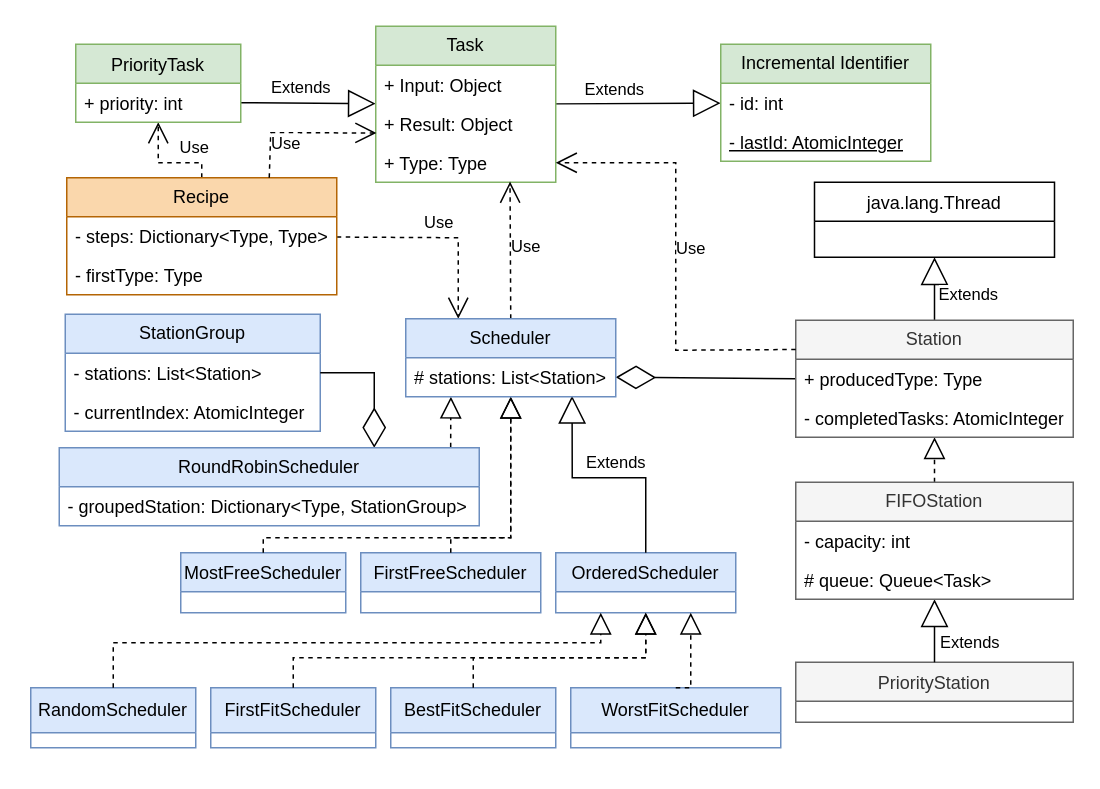
Earlier version of the draw.io diagram page "General class diagram" (1 of 2) of assets/class-diagram.drawio (Richie314/McDonaldScheduler). Source tidied: cells renumbered, new cells numbered last; positions are measured from the earlier drawing's top-left corner, leaving out a move shared by most shapes. Both pictures are drawn from the tidied source at 150%, with x=0, y=0 at pixel (30, 26).
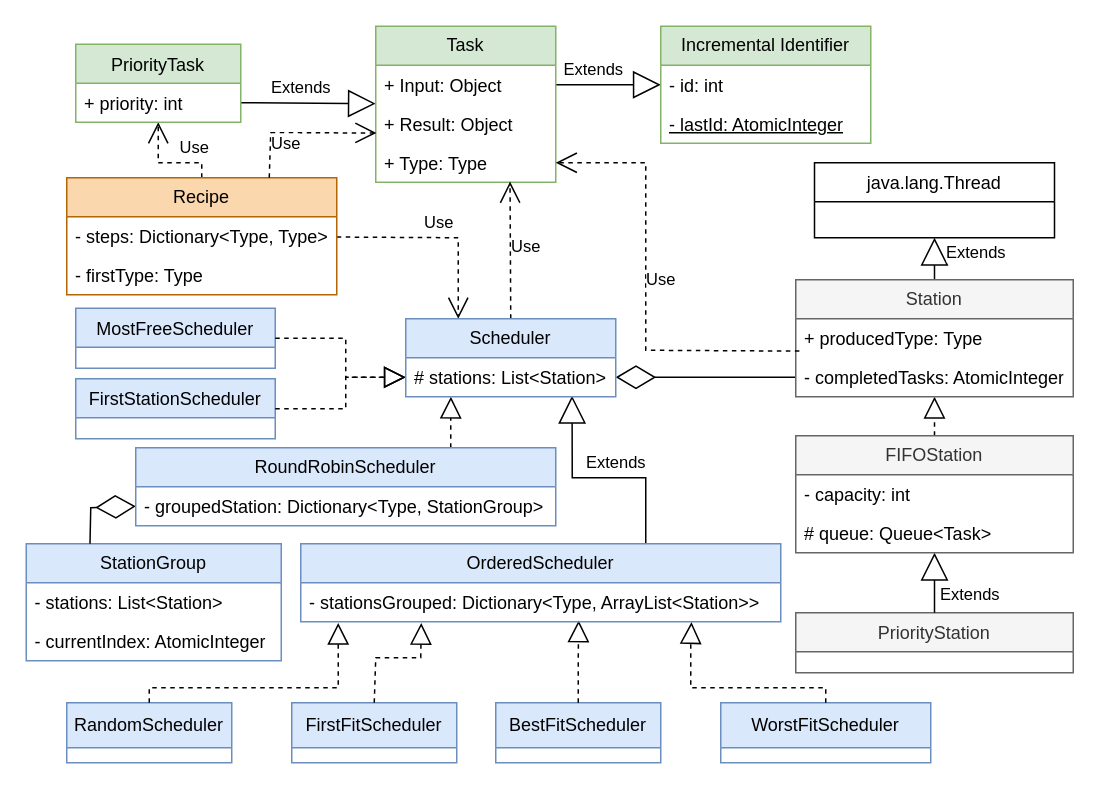
After the change.

Unchanged cells that the change refers to:
```xml
<mxCell id="21" value="- stations: List&amp;lt;Station&amp;gt;" style="text;strokeColor=none;fillColor=none;align=left;verticalAlign=top;spacingLeft=4;spacingRight=4;overflow=hidden;points=[[0,0.5],[1,0.5]];portConstraint=eastwest;whiteSpace=wrap;html=1;" parent="20" vertex="1">
  <mxGeometry y="26" width="170" height="26" as="geometry" />
</mxCell>
<mxCell id="32" value="- id: int" style="text;strokeColor=none;fillColor=none;align=left;verticalAlign=top;spacingLeft=4;spacingRight=4;overflow=hidden;points=[[0,0.5],[1,0.5]];portConstraint=eastwest;whiteSpace=wrap;html=1;" parent="31" vertex="1">
  <mxGeometry y="26" width="140" height="26" as="geometry" />
</mxCell>
<mxCell id="36" value="Task" style="swimlane;fontStyle=0;horizontal=1;startSize=26;fillColor=#d5e8d4;whiteSpace=wrap;html=1;strokeColor=#82b366;fillStyle=auto;fontColor=light-dark(#000000,#000000);" parent="1" vertex="1">
  <mxGeometry x="230" width="120" height="104" as="geometry" />
</mxCell>
<mxCell id="37" value="+ Input: Object&lt;span style=&quot;white-space: pre;&quot;&gt;&#9;&lt;/span&gt;" style="text;strokeColor=none;fillColor=none;align=left;verticalAlign=top;spacingLeft=4;spacingRight=4;overflow=hidden;points=[[0,0.5],[1,0.5]];portConstraint=eastwest;whiteSpace=wrap;html=1;" parent="36" vertex="1">
  <mxGeometry y="26" width="120" height="26" as="geometry" />
</mxCell>
<mxCell id="39" value="+ Type: Type" style="text;strokeColor=none;fillColor=none;align=left;verticalAlign=top;spacingLeft=4;spacingRight=4;overflow=hidden;points=[[0,0.5],[1,0.5]];portConstraint=eastwest;whiteSpace=wrap;html=1;" parent="36" vertex="1">
  <mxGeometry y="78" width="120" height="26" as="geometry" />
</mxCell>
<mxCell id="41" value="Scheduler" style="swimlane;fontStyle=0;horizontal=1;startSize=26;fillColor=#dae8fc;whiteSpace=wrap;html=1;strokeColor=#6c8ebf;fontColor=light-dark(#000000,#000000);" parent="1" vertex="1">
  <mxGeometry x="250" y="195" width="140" height="52" as="geometry" />
</mxCell>
<mxCell id="42" value="# stations: List&amp;lt;Station&amp;gt;" style="text;strokeColor=none;fillColor=none;align=left;verticalAlign=top;spacingLeft=4;spacingRight=4;overflow=hidden;points=[[0,0.5],[1,0.5]];portConstraint=eastwest;whiteSpace=wrap;html=1;" parent="41" vertex="1">
  <mxGeometry y="26" width="140" height="26" as="geometry" />
</mxCell>
<mxCell id="44" value="- groupedStation: Dictionary&amp;lt;Type, StationGroup&amp;gt;" style="text;strokeColor=none;fillColor=none;align=left;verticalAlign=top;spacingLeft=4;spacingRight=4;overflow=hidden;points=[[0,0.5],[1,0.5]];portConstraint=eastwest;whiteSpace=wrap;html=1;fontColor=light-dark(#000000,#FFFFFF);" parent="43" vertex="1">
  <mxGeometry y="26" width="280" height="26" as="geometry" />
</mxCell>
<mxCell id="46" value="+ producedType: Type" style="text;strokeColor=none;fillColor=none;align=left;verticalAlign=top;spacingLeft=4;spacingRight=4;overflow=hidden;points=[[0,0.5],[1,0.5]];portConstraint=eastwest;whiteSpace=wrap;html=1;" parent="45" vertex="1">
  <mxGeometry y="26" width="185" height="26" as="geometry" />
</mxCell>
<mxCell id="47" value="- completedTasks: AtomicInteger" style="text;strokeColor=none;fillColor=none;align=left;verticalAlign=top;spacingLeft=4;spacingRight=4;overflow=hidden;points=[[0,0.5],[1,0.5]];portConstraint=eastwest;whiteSpace=wrap;html=1;" parent="45" vertex="1">
  <mxGeometry y="52" width="185" height="26" as="geometry" />
</mxCell>
```

Change to the diagram source:
```diff
@@
-    <mxCell id="2" value="FirstFreeScheduler" style="swimlane;fontStyle=0;align=center;verticalAlign=top;horizontal=1;startSize=26;rounded=0;shadow=0;strokeWidth=1;fillColor=#dae8fc;strokeColor=#6c8ebf;fontColor=light-dark(#000000,#000000);" parent="1" vertex="1">
-      <mxGeometry x="220" y="351" width="120" height="40" as="geometry" />
+    <mxCell id="2" value="FirstStationScheduler" style="swimlane;fontStyle=0;align=center;verticalAlign=top;horizontal=1;startSize=26;rounded=0;shadow=0;strokeWidth=1;fillColor=#dae8fc;strokeColor=#6c8ebf;fontColor=light-dark(#000000,#000000);" parent="1" vertex="1">
+      <mxGeometry x="30" y="235" width="133" height="40" as="geometry" />
     </mxCell>
-    <mxCell id="3" value="OrderedScheduler&#10;" style="swimlane;fontStyle=0;align=center;verticalAlign=top;horizontal=1;startSize=26;rounded=0;shadow=0;strokeWidth=1;fillColor=#dae8fc;strokeColor=#6c8ebf;fontColor=light-dark(#000000,#000000);" parent="1" vertex="1">
-      <mxGeometry x="350" y="351" width="120" height="40" as="geometry" />
-    </mxCell>
     <mxCell id="4" value="BestFitScheduler" style="swimlane;fontStyle=0;horizontal=1;startSize=30;whiteSpace=wrap;html=1;fillColor=#dae8fc;strokeColor=#6c8ebf;fontColor=light-dark(#000000,#000000);" parent="1" vertex="1">
-      <mxGeometry x="240" y="441" width="110" height="40" as="geometry" />
+      <mxGeometry x="310" y="451" width="110" height="40" as="geometry" />
     </mxCell>
     <mxCell id="5" value="WorstFitScheduler" style="swimlane;fontStyle=0;horizontal=1;startSize=30;whiteSpace=wrap;html=1;fillColor=#dae8fc;strokeColor=#6c8ebf;fontColor=light-dark(#000000,#000000);" parent="1" vertex="1">
-      <mxGeometry x="360" y="441" width="140" height="40" as="geometry" />
+      <mxGeometry x="460" y="451" width="140" height="40" as="geometry" />
     </mxCell>
     <mxCell id="6" value="FirstFitScheduler" style="swimlane;fontStyle=0;horizontal=1;startSize=30;whiteSpace=wrap;html=1;fillColor=#dae8fc;strokeColor=#6c8ebf;fontColor=light-dark(#000000,#000000);" parent="1" vertex="1">
-      <mxGeometry x="120" y="441" width="110" height="40" as="geometry" />
+      <mxGeometry x="174" y="451" width="110" height="40" as="geometry" />
     </mxCell>
     <mxCell id="7" value="RandomScheduler" style="swimlane;fontStyle=0;horizontal=1;startSize=30;whiteSpace=wrap;html=1;fillColor=#dae8fc;strokeColor=#6c8ebf;fontColor=light-dark(#000000,#000000);" parent="1" vertex="1">
-      <mxGeometry y="441" width="110" height="40" as="geometry" />
+      <mxGeometry x="24" y="451" width="110" height="40" as="geometry" />
     </mxCell>
     <mxCell id="8" value="MostFreeScheduler" style="swimlane;fontStyle=0;align=center;verticalAlign=top;horizontal=1;startSize=26;rounded=0;shadow=0;strokeWidth=1;fillColor=#dae8fc;strokeColor=#6c8ebf;fontColor=light-dark(#000000,#000000);" parent="1" vertex="1">
-      <mxGeometry x="100" y="351" width="110" height="40" as="geometry" />
+      <mxGeometry x="30" y="188" width="133" height="40" as="geometry" />
     </mxCell>
     <mxCell id="9" value="PriorityStation" style="swimlane;fontStyle=0;align=center;verticalAlign=top;horizontal=1;startSize=26;rounded=0;shadow=0;strokeWidth=1;labelBorderColor=none;fillColor=#f5f5f5;strokeColor=#666666;fontColor=#333333;" parent="1" vertex="1">
-      <mxGeometry x="510" y="424" width="185" height="40" as="geometry" />
+      <mxGeometry x="510" y="391" width="185" height="40" as="geometry" />
     </mxCell>
     <mxCell id="10" value="java.lang.Thread" style="swimlane;fontStyle=0;align=center;verticalAlign=top;horizontal=1;startSize=26;rounded=0;shadow=0;strokeWidth=1;" parent="1" vertex="1">
-      <mxGeometry x="522.5" y="104" width="160" height="50" as="geometry" />
+      <mxGeometry x="522.5" y="91" width="160" height="50" as="geometry" />
     </mxCell>
-    <mxCell id="11" style="endArrow=diamondThin;endFill=0;endSize=24;html=1;rounded=0;entryX=1;entryY=0.5;entryDx=0;entryDy=0;exitX=0;exitY=0.5;exitDx=0;exitDy=0;" parent="1" edge="1" source="46" target="42">
+    <mxCell id="11" style="endArrow=diamondThin;endFill=0;endSize=24;html=1;rounded=0;entryX=1;entryY=0.5;entryDx=0;entryDy=0;exitX=0;exitY=0.5;exitDx=0;exitDy=0;" parent="1" edge="1" source="47" target="42">
       <mxGeometry relative="1" as="geometry" />
     </mxCell>
-    <mxCell id="12" style="endArrow=block;dashed=1;endFill=0;endSize=12;html=1;rounded=0;exitX=0.932;exitY=-0.007;exitDx=0;exitDy=0;exitPerimeter=0;entryX=0.215;entryY=0.999;entryDx=0;entryDy=0;entryPerimeter=0;" parent="1" edge="1" source="43" target="42">
+    <mxCell id="12" style="endArrow=block;dashed=1;endFill=0;endSize=12;html=1;rounded=0;exitX=0.75;exitY=0;exitDx=0;exitDy=0;entryX=0.215;entryY=0.999;entryDx=0;entryDy=0;entryPerimeter=0;" parent="1" edge="1" source="43" target="42">
       <mxGeometry relative="1" as="geometry">
         <Array as="points">
+          <mxPoint x="280" y="271" />
           <mxPoint x="280" y="261" />
         </Array>
       </mxGeometry>
     </mxCell>
-    <mxCell id="13" style="endArrow=block;dashed=1;endFill=0;endSize=12;html=1;rounded=0;exitX=0.5;exitY=0;exitDx=0;exitDy=0;" parent="1" edge="1" source="2" target="41">
+    <mxCell id="13" style="endArrow=block;dashed=1;endFill=0;endSize=12;html=1;rounded=0;exitX=1;exitY=0.5;exitDx=0;exitDy=0;entryX=0;entryY=0.5;entryDx=0;entryDy=0;" parent="1" edge="1" source="2" target="42">
       <mxGeometry relative="1" as="geometry">
         <Array as="points">
-          <mxPoint x="280" y="341" />
-          <mxPoint x="320" y="341" />
-          <mxPoint x="320" y="331" />
+          <mxPoint x="210" y="255" />
+          <mxPoint x="210" y="234" />
+          <mxPoint x="230" y="234" />
         </Array>
       </mxGeometry>
     </mxCell>
-    <mxCell id="14" style="endArrow=block;dashed=1;endFill=0;endSize=12;html=1;rounded=0;exitX=0.5;exitY=0;exitDx=0;exitDy=0;" parent="1" edge="1" source="8" target="41">
+    <mxCell id="14" style="endArrow=block;dashed=1;endFill=0;endSize=12;html=1;rounded=0;exitX=1;exitY=0.5;exitDx=0;exitDy=0;entryX=0;entryY=0.5;entryDx=0;entryDy=0;" parent="1" edge="1" source="8" target="42">
       <mxGeometry relative="1" as="geometry">
         <Array as="points">
-          <mxPoint x="155" y="341" />
-          <mxPoint x="210" y="341" />
-          <mxPoint x="320" y="341" />
-          <mxPoint x="320" y="271" />
+          <mxPoint x="210" y="208" />
+          <mxPoint x="210" y="234" />
         </Array>
       </mxGeometry>
     </mxCell>
-    <mxCell id="15" style="endArrow=block;dashed=1;endFill=0;endSize=12;html=1;rounded=0;entryX=0.25;entryY=1;entryDx=0;entryDy=0;exitX=0.5;exitY=0;exitDx=0;exitDy=0;" parent="1" edge="1" source="7" target="3">
+    <mxCell id="15" style="endArrow=block;dashed=1;endFill=0;endSize=12;html=1;rounded=0;entryX=0.078;entryY=1.03;entryDx=0;entryDy=0;exitX=0.5;exitY=0;exitDx=0;exitDy=0;entryPerimeter=0;" parent="1" edge="1" source="7" target="56">
       <mxGeometry relative="1" as="geometry">
         <Array as="points">
-          <mxPoint x="55" y="411" />
-          <mxPoint x="380" y="411" />
+          <mxPoint x="79" y="441" />
+          <mxPoint x="205" y="441" />
+          <mxPoint x="205" y="421" />
         </Array>
       </mxGeometry>
     </mxCell>
-    <mxCell id="16" style="endArrow=block;dashed=1;endFill=0;endSize=12;html=1;rounded=0;entryX=0.5;entryY=1;entryDx=0;entryDy=0;exitX=0.5;exitY=0;exitDx=0;exitDy=0;" parent="1" edge="1" source="6" target="3">
+    <mxCell id="16" style="endArrow=block;dashed=1;endFill=0;endSize=12;html=1;rounded=0;entryX=0.251;entryY=1.03;entryDx=0;entryDy=0;exitX=0.5;exitY=0;exitDx=0;exitDy=0;entryPerimeter=0;" parent="1" edge="1" source="6" target="56">
       <mxGeometry relative="1" as="geometry">
         <Array as="points">
-          <mxPoint x="175" y="421" />
-          <mxPoint x="410" y="421" />
+          <mxPoint x="230" y="421" />
+          <mxPoint x="260" y="421" />
         </Array>
       </mxGeometry>
     </mxCell>
-    <mxCell id="17" style="endArrow=block;dashed=1;endFill=0;endSize=12;html=1;rounded=0;entryX=0.5;entryY=1;entryDx=0;entryDy=0;exitX=0.5;exitY=0;exitDx=0;exitDy=0;" parent="1" edge="1" source="4" target="3">
+    <mxCell id="17" style="endArrow=block;dashed=1;endFill=0;endSize=12;html=1;rounded=0;exitX=0.5;exitY=0;exitDx=0;exitDy=0;entryX=0.579;entryY=0.968;entryDx=0;entryDy=0;entryPerimeter=0;" parent="1" edge="1" source="4" target="56">
       <mxGeometry relative="1" as="geometry">
         <Array as="points">
-          <mxPoint x="295" y="421" />
-          <mxPoint x="410" y="421" />
+          <mxPoint x="365" y="421" />
         </Array>
       </mxGeometry>
     </mxCell>
-    <mxCell id="18" style="endArrow=block;dashed=1;endFill=0;endSize=12;html=1;rounded=0;entryX=0.75;entryY=1;entryDx=0;entryDy=0;exitX=0.5;exitY=0;exitDx=0;exitDy=0;" parent="1" edge="1" source="5" target="3">
+    <mxCell id="18" style="endArrow=block;dashed=1;endFill=0;endSize=12;html=1;rounded=0;entryX=0.814;entryY=1.009;entryDx=0;entryDy=0;exitX=0.5;exitY=0;exitDx=0;exitDy=0;entryPerimeter=0;" parent="1" edge="1" source="5" target="56">
       <mxGeometry relative="1" as="geometry">
         <Array as="points">
+          <mxPoint x="530" y="441" />
           <mxPoint x="440" y="441" />
           <mxPoint x="440" y="411" />
         </Array>
       </mxGeometry>
     </mxCell>
@@
     <mxCell id="20" value="StationGroup" style="swimlane;fontStyle=0;horizontal=1;startSize=26;fillColor=#dae8fc;whiteSpace=wrap;html=1;strokeColor=#6c8ebf;fontColor=#000000;" parent="1" vertex="1">
-      <mxGeometry x="23" y="192" width="170" height="78" as="geometry" />
+      <mxGeometry x="-3" y="345" width="170" height="78" as="geometry" />
     </mxCell>
@@
-    <mxCell id="23" style="endArrow=diamondThin;endFill=0;endSize=24;html=1;rounded=0;exitX=1;exitY=0.5;exitDx=0;exitDy=0;entryX=0.75;entryY=0;entryDx=0;entryDy=0;" parent="1" edge="1" source="21" target="43">
+    <mxCell id="23" style="endArrow=diamondThin;endFill=0;endSize=24;html=1;rounded=0;exitX=0.25;exitY=0;exitDx=0;exitDy=0;entryX=0;entryY=0.5;entryDx=0;entryDy=0;" parent="1" edge="1" source="20" target="44">
       <mxGeometry relative="1" as="geometry">
         <Array as="points">
-          <mxPoint x="229" y="231" />
+          <mxPoint x="40" y="321" />
         </Array>
       </mxGeometry>
     </mxCell>
@@
-    <mxCell id="25" value="Extends" style="endArrow=block;endSize=16;endFill=0;html=1;rounded=0;" parent="1" edge="1" source="36" target="32">
+    <mxCell id="25" value="Extends" style="endArrow=block;endSize=16;endFill=0;html=1;rounded=0;exitX=1;exitY=0.5;exitDx=0;exitDy=0;" parent="1" edge="1" source="37" target="32">
       <mxGeometry x="-0.29" y="10" relative="1" as="geometry" />
     </mxCell>
-    <mxCell id="26" value="Extends" style="endArrow=block;endSize=16;endFill=0;html=1;rounded=0;exitX=0.5;exitY=0;exitDx=0;exitDy=0;entryX=0.792;entryY=0.977;entryDx=0;entryDy=0;entryPerimeter=0;" parent="1" edge="1" source="3" target="42">
+    <mxCell id="26" value="Extends" style="endArrow=block;endSize=16;endFill=0;html=1;rounded=0;exitX=0.5;exitY=0;exitDx=0;exitDy=0;entryX=0.792;entryY=0.977;entryDx=0;entryDy=0;entryPerimeter=0;" parent="1" edge="1" target="42">
       <mxGeometry x="-0.09" y="-10" relative="1" as="geometry">
+        <mxPoint x="410" y="351" as="sourcePoint" />
         <Array as="points">
           <mxPoint x="410" y="301" />
           <mxPoint x="361" y="301" />
         </Array>
       </mxGeometry>
     </mxCell>
@@
     <mxCell id="28" value="Extends" style="endArrow=block;endSize=16;endFill=0;html=1;rounded=0;entryX=0.5;entryY=1;entryDx=0;entryDy=0;exitX=0.5;exitY=0;exitDx=0;exitDy=0;" parent="1" edge="1" source="45" target="10">
-      <mxGeometry x="-0.2" y="-22" relative="1" as="geometry" />
+      <mxGeometry x="0.29" y="-27" relative="1" as="geometry" />
     </mxCell>
@@
     <mxCell id="31" value="Incremental Identifier" style="swimlane;fontStyle=0;horizontal=1;startSize=26;fillColor=#d5e8d4;whiteSpace=wrap;html=1;strokeColor=#82b366;fontColor=light-dark(#000000,#000000);" parent="1" vertex="1">
-      <mxGeometry x="460" y="12" width="140" height="78" as="geometry" />
+      <mxGeometry x="420" width="140" height="78" as="geometry" />
     </mxCell>
@@
     <mxCell id="43" value="RoundRobinScheduler" style="swimlane;fontStyle=0;horizontal=1;startSize=26;fillColor=#dae8fc;whiteSpace=wrap;html=1;strokeColor=#6c8ebf;fontColor=#000000;" parent="1" vertex="1">
-      <mxGeometry x="19" y="281" width="280" height="52" as="geometry" />
+      <mxGeometry x="70" y="281" width="280" height="52" as="geometry" />
     </mxCell>
@@
     <mxCell id="45" value="Station" style="swimlane;fontStyle=0;horizontal=1;startSize=26;fillColor=#f5f5f5;whiteSpace=wrap;html=1;labelBorderColor=none;strokeColor=#666666;fontColor=#333333;" parent="1" vertex="1">
-      <mxGeometry x="510" y="196" width="185" height="78" as="geometry" />
+      <mxGeometry x="510" y="169" width="185" height="78" as="geometry" />
     </mxCell>
@@
     <mxCell id="48" value="FIFOStation" style="swimlane;fontStyle=0;horizontal=1;startSize=26;fillColor=#f5f5f5;whiteSpace=wrap;html=1;labelBorderColor=none;strokeColor=#666666;fontColor=#333333;" parent="1" vertex="1">
-      <mxGeometry x="510" y="304" width="185" height="78" as="geometry" />
+      <mxGeometry x="510" y="273" width="185" height="78" as="geometry" />
     </mxCell>
@@
-    <mxCell id="51" value="Use" style="endArrow=open;endSize=12;dashed=1;html=1;rounded=0;exitX=0;exitY=0.25;exitDx=0;exitDy=0;entryX=1;entryY=0.5;entryDx=0;entryDy=0;" parent="1" edge="1" source="45" target="39">
+    <mxCell id="51" value="Use" style="endArrow=open;endSize=12;dashed=1;html=1;rounded=0;exitX=0.013;exitY=0.83;exitDx=0;exitDy=0;entryX=1;entryY=0.5;entryDx=0;entryDy=0;exitPerimeter=0;" parent="1" edge="1" source="46" target="39">
       <mxGeometry x="0.04" y="-10" relative="1" as="geometry">
         <Array as="points">
-          <mxPoint x="430" y="216" />
-          <mxPoint x="430" y="91" />
+          <mxPoint x="410" y="216" />
+          <mxPoint x="410" y="91" />
         </Array>
       </mxGeometry>
     </mxCell>
@@
+    <mxCell id="3" value="OrderedScheduler" style="swimlane;fontStyle=0;horizontal=1;startSize=26;fillColor=#dae8fc;whiteSpace=wrap;html=1;strokeColor=#6c8ebf;fontColor=#000000;" parent="1" vertex="1">
+      <mxGeometry x="180" y="345" width="320" height="52" as="geometry" />
+    </mxCell>
+    <mxCell id="56" value="- stationsGrouped: Dictionary&amp;lt;Type, ArrayList&amp;lt;Station&amp;gt;&amp;gt;" style="text;strokeColor=none;fillColor=none;align=left;verticalAlign=top;spacingLeft=4;spacingRight=4;overflow=hidden;points=[[0,0.5],[1,0.5]];portConstraint=eastwest;whiteSpace=wrap;html=1;fontColor=light-dark(#000000,#FFFFFF);" parent="3" vertex="1">
+      <mxGeometry y="26" width="320" height="26" as="geometry" />
+    </mxCell>
```
